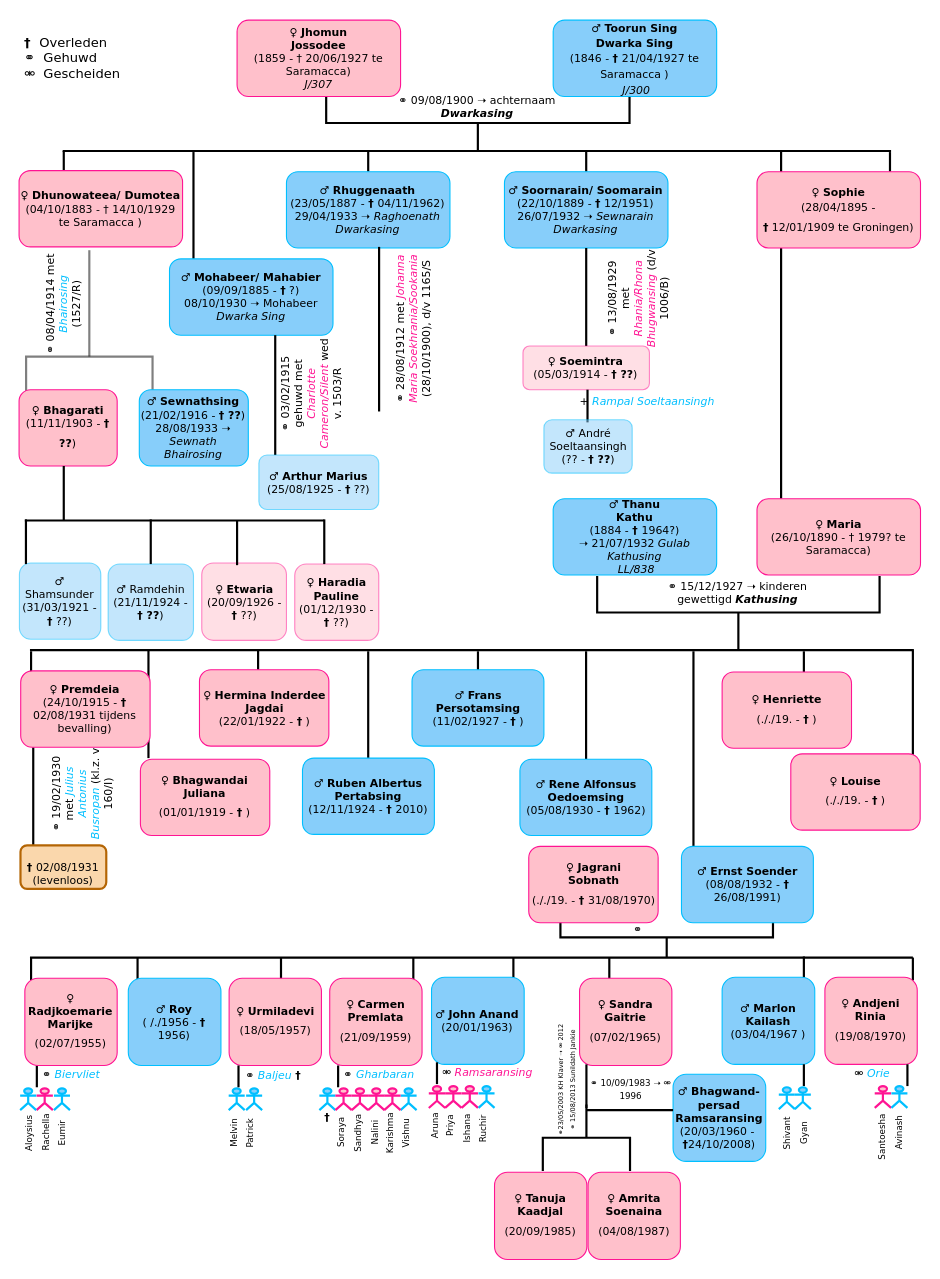
Before: Diagram zonder titel.drawio in Kaadjal/Kaadjal, a draw.io diagram. Source tidied: cells renumbered, new cells numbered last; positions are measured from the earlier drawing's top-left corner, leaving out a move shared by most shapes. Both pictures are drawn from the tidied source at 109%, with x=0, y=0 at pixel (-17, -29).
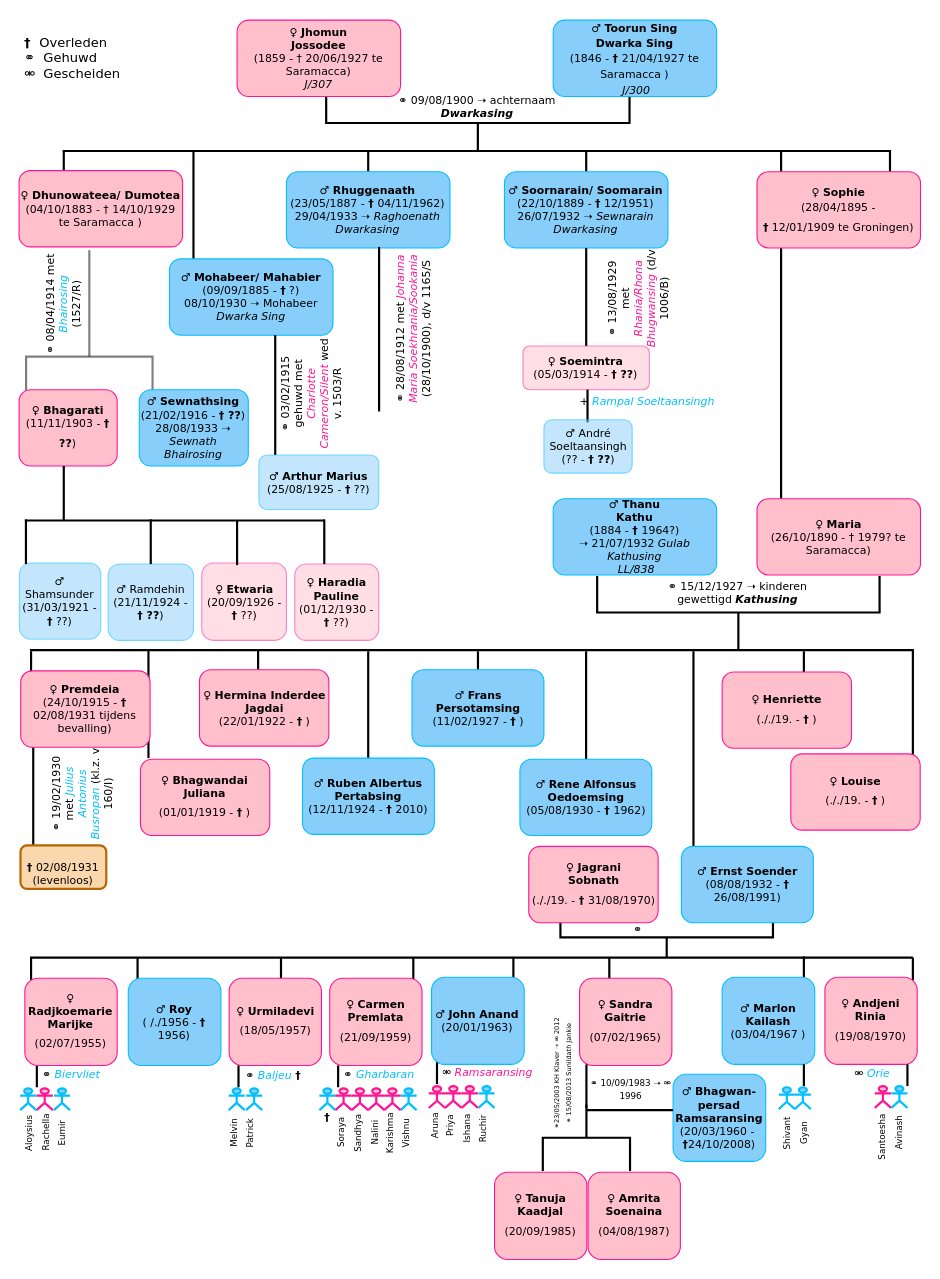
The same page after the edit.

What changed in the source:
```diff
@@
     <mxCell id="95" value="&lt;div style=&quot;font-size: 9px;&quot;&gt;&lt;font style=&quot;font-size: 6px;&quot; size=&quot;3&quot;&gt;&lt;span lang=&quot;EN-US&quot;&gt;⚭23/05/2003 KH Klaver &lt;/span&gt;&lt;/font&gt;&lt;font style=&quot;font-size: 6px;&quot; size=&quot;3&quot;&gt;&lt;span lang=&quot;EN-US&quot;&gt;➝ &lt;/span&gt;&lt;span lang=&quot;EN-US&quot;&gt;⚮ 2012&lt;br&gt;&lt;/span&gt;&lt;/font&gt;&lt;/div&gt;&lt;div style=&quot;font-size: 9px;&quot;&gt;&lt;font style=&quot;font-size: 6px;&quot; size=&quot;3&quot;&gt;&lt;span lang=&quot;EN-US&quot;&gt;⚭ 15/08/2013 Sunildath Jankie&lt;/span&gt;&lt;/font&gt;&lt;font style=&quot;font-size: 9px;&quot; size=&quot;3&quot;&gt;&lt;span lang=&quot;EN-US&quot;&gt;&lt;/span&gt;&lt;/font&gt;&lt;font style=&quot;font-size: 9px;&quot; size=&quot;3&quot;&gt;&lt;span lang=&quot;EN-US&quot;&gt;&lt;/span&gt;&lt;/font&gt;&lt;font style=&quot;font-size: 9px;&quot; size=&quot;3&quot;&gt;&lt;span lang=&quot;EN-US&quot;&gt; &lt;/span&gt;&lt;/font&gt;&lt;/div&gt;&lt;div style=&quot;font-size: 9px;&quot;&gt;&lt;font style=&quot;font-size: 9px;&quot; size=&quot;3&quot;&gt;&lt;span lang=&quot;EN-US&quot;&gt;&lt;/span&gt;&lt;/font&gt;&lt;/div&gt;" style="text;html=1;strokeColor=none;fillColor=none;align=center;verticalAlign=middle;whiteSpace=wrap;overflow=hidden;fillStyle=auto;fontFamily=Verdana;fontSize=10;opacity=50;fontColor=#000000;rotation=-90;" parent="1" vertex="1">
-      <mxGeometry x="481.5" y="996" width="105.6" height="42" as="geometry" />
+      <mxGeometry x="466.2" y="990.1" width="129.1" height="42" as="geometry" />
     </mxCell>
-    <mxCell id="96" value="&lt;div&gt;&lt;font style=&quot;font-size: 10px;&quot; face=&quot;Verdana&quot;&gt;♂ &lt;b&gt;Bhagwand-persad Ramsaransing&lt;/b&gt;&lt;br&gt;&lt;/font&gt;&lt;/div&gt;&lt;div&gt;&lt;font style=&quot;font-size: 10px;&quot; face=&quot;Verdana&quot;&gt;(20/03/1960 -&amp;nbsp; &lt;/font&gt;&lt;font style=&quot;font-size: 10px;&quot; face=&quot;Verdana&quot;&gt;&lt;font style=&quot;font-size: 10px;&quot; size=&quot;3&quot;&gt;&lt;b&gt;†&lt;/b&gt;24/10/2008&lt;/font&gt;)&lt;/font&gt;&lt;/div&gt;" style="rounded=1;whiteSpace=wrap;html=1;fillStyle=auto;strokeColor=#00BFFF;fillColor=#87CEFA;gradientColor=none;fontFamily=Verdana;fontSize=10;fontColor=#000000;" parent="1" vertex="1">
+    <mxCell id="96" value="&lt;div&gt;&lt;font style=&quot;font-size: 10px;&quot; face=&quot;Verdana&quot;&gt;♂ &lt;b&gt;Bhagwan-persad Ramsaransing&lt;/b&gt;&lt;br&gt;&lt;/font&gt;&lt;/div&gt;&lt;div&gt;&lt;font style=&quot;font-size: 10px;&quot; face=&quot;Verdana&quot;&gt;(20/03/1960 -&amp;nbsp; &lt;/font&gt;&lt;font style=&quot;font-size: 10px;&quot; face=&quot;Verdana&quot;&gt;&lt;font style=&quot;font-size: 10px;&quot; size=&quot;3&quot;&gt;&lt;b&gt;†&lt;/b&gt;24/10/2008&lt;/font&gt;)&lt;/font&gt;&lt;/div&gt;" style="rounded=1;whiteSpace=wrap;html=1;fillStyle=auto;strokeColor=#00BFFF;fillColor=#87CEFA;gradientColor=none;fontFamily=Verdana;fontSize=10;fontColor=#000000;" parent="1" vertex="1">
       <mxGeometry x="633" y="1012" width="85" height="80" as="geometry" />
     </mxCell>
```
